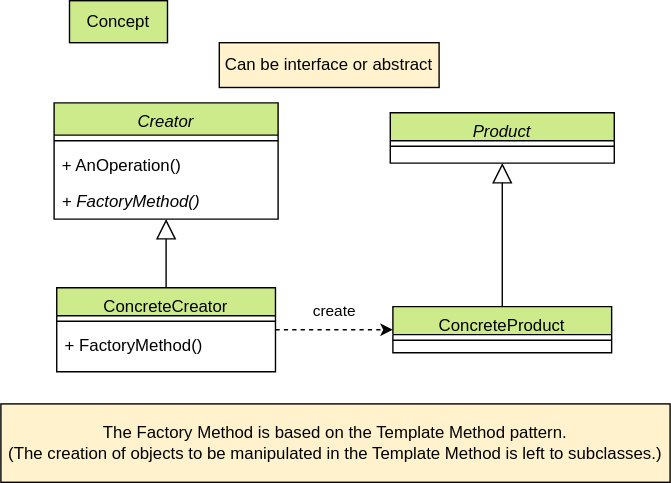
go-to-k/cdk-gof-design-pattern keeps this draw.io diagram as drawio/factory-method/factory-method-concept.drawio.svg. Above is the earlier version. Source tidied: cells renumbered, new cells last; positions are measured from the earlier drawing's top-left corner, leaving out a move shared by most shapes. Source of this version:
```xml
<mxGraphModel background="#ffffff">
  <root>
    <mxCell id="0" />
    <mxCell id="1" parent="0" />
    <mxCell id="2" value="create" style="edgeStyle=none;html=1;strokeColor=#000000;dashed=1;labelBackgroundColor=none;fontColor=#000000;" parent="1" edge="1" source="3" target="13">
      <mxGeometry y="13" relative="1" as="geometry" />
    </mxCell>
    <mxCell id="3" value="ConcreteCreator" style="swimlane;fontStyle=0;align=center;verticalAlign=top;horizontal=1;startSize=20;rounded=0;shadow=0;strokeWidth=1;fillColor=#cdeb8b;strokeColor=#000000;fontColor=#000000;" parent="1" vertex="1">
      <mxGeometry x="39.9" y="205" width="156.2" height="60" as="geometry" />
    </mxCell>
    <mxCell id="4" style="line;html=1;strokeWidth=1;align=left;verticalAlign=middle;spacingTop=-1;spacingLeft=3;spacingRight=3;labelPosition=right;strokeColor=#000000;fontColor=#000000;" parent="3" vertex="1">
      <mxGeometry y="20" width="156.2" height="8" as="geometry" />
    </mxCell>
    <mxCell id="5" value="+ FactoryMethod()" style="text;strokeColor=none;fillColor=none;align=left;verticalAlign=top;spacingLeft=4;spacingRight=4;overflow=hidden;whiteSpace=wrap;html=1;fontColor=#000000;" parent="3" vertex="1">
      <mxGeometry y="28" width="156.2" height="26" as="geometry" />
    </mxCell>
    <mxCell id="6" value="Product" style="swimlane;fontStyle=2;align=center;verticalAlign=top;horizontal=1;startSize=20;rounded=0;shadow=0;strokeWidth=1;fillColor=#cdeb8b;strokeColor=#000000;fontColor=#000000;" parent="1" vertex="1">
      <mxGeometry x="278.1" y="80" width="160" height="36" as="geometry" />
    </mxCell>
    <mxCell id="7" style="line;html=1;strokeWidth=1;align=left;verticalAlign=middle;spacingTop=-1;spacingLeft=3;spacingRight=3;labelPosition=right;strokeColor=#000000;fontColor=#000000;" parent="6" vertex="1">
      <mxGeometry y="20" width="160" height="8" as="geometry" />
    </mxCell>
    <mxCell id="8" value="Creator" style="swimlane;fontStyle=2;align=center;verticalAlign=top;horizontal=1;startSize=23;rounded=0;shadow=0;strokeWidth=1;fillColor=#cdeb8b;strokeColor=#000000;fontColor=#000000;" parent="1" vertex="1">
      <mxGeometry x="38" y="73" width="160" height="83" as="geometry" />
    </mxCell>
    <mxCell id="9" style="line;html=1;strokeWidth=1;align=left;verticalAlign=middle;spacingTop=-1;spacingLeft=3;spacingRight=3;labelPosition=right;strokeColor=#000000;fontColor=#000000;" parent="8" vertex="1">
      <mxGeometry y="23" width="160" height="8" as="geometry" />
    </mxCell>
    <mxCell id="10" value="+ AnOperation()" style="text;strokeColor=none;fillColor=none;align=left;verticalAlign=top;spacingLeft=4;spacingRight=4;overflow=hidden;whiteSpace=wrap;html=1;fontColor=#000000;" parent="8" vertex="1">
      <mxGeometry y="31" width="160" height="26" as="geometry" />
    </mxCell>
    <mxCell id="11" value="&lt;i&gt;+ FactoryMethod()&lt;/i&gt;" style="text;strokeColor=none;fillColor=none;align=left;verticalAlign=top;spacingLeft=4;spacingRight=4;overflow=hidden;whiteSpace=wrap;html=1;fontColor=#000000;" parent="8" vertex="1">
      <mxGeometry y="57" width="160" height="26" as="geometry" />
    </mxCell>
    <mxCell id="12" style="endArrow=block;endFill=0;endSize=12;html=1;rounded=0;exitX=0.5;exitY=0;exitDx=0;exitDy=0;strokeColor=#000000;fontColor=#000000;" parent="1" edge="1" source="3" target="8">
      <mxGeometry relative="1" as="geometry" />
    </mxCell>
    <mxCell id="13" value="ConcreteProduct" style="swimlane;fontStyle=0;align=center;verticalAlign=top;horizontal=1;startSize=20;rounded=0;shadow=0;strokeWidth=1;fillColor=#cdeb8b;strokeColor=#000000;fontColor=#000000;" parent="1" vertex="1">
      <mxGeometry x="280" y="218.5" width="156.2" height="33" as="geometry" />
    </mxCell>
    <mxCell id="14" style="line;html=1;strokeWidth=1;align=left;verticalAlign=middle;spacingTop=-1;spacingLeft=3;spacingRight=3;labelPosition=right;strokeColor=#000000;fontColor=#000000;" parent="13" vertex="1">
      <mxGeometry y="20" width="156.2" height="8" as="geometry" />
    </mxCell>
    <mxCell id="15" style="endArrow=block;endFill=0;endSize=12;html=1;rounded=0;exitX=0.5;exitY=0;exitDx=0;exitDy=0;strokeColor=#000000;fontColor=#000000;" parent="1" edge="1" source="13" target="6">
      <mxGeometry relative="1" as="geometry" />
    </mxCell>
    <mxCell id="16" value="Concept" style="rounded=0;whiteSpace=wrap;html=1;fillColor=#cdeb8b;strokeColor=#000000;fontColor=#000000;" parent="1" vertex="1">
      <mxGeometry x="49" width="70" height="30" as="geometry" />
    </mxCell>
    <mxCell id="17" value="&lt;div&gt;The Factory Method is based on the Template Method pattern.&lt;/div&gt;&lt;div&gt;(The creation of objects to be manipulated in the Template Method is left to subclasses.)&lt;/div&gt;" style="text;html=1;strokeColor=#000000;fillColor=#fff2cc;align=center;verticalAlign=middle;whiteSpace=wrap;rounded=0;fontColor=#000000;" parent="1" vertex="1">
      <mxGeometry y="288" width="478" height="56" as="geometry" />
    </mxCell>
    <mxCell id="18" value="Can be interface or abstract" style="text;html=1;strokeColor=#000000;fillColor=#fff2cc;align=center;verticalAlign=middle;whiteSpace=wrap;rounded=0;fontColor=#000000;" parent="1" vertex="1">
      <mxGeometry x="156" y="30" width="157" height="32" as="geometry" />
    </mxCell>
  </root>
</mxGraphModel>
```
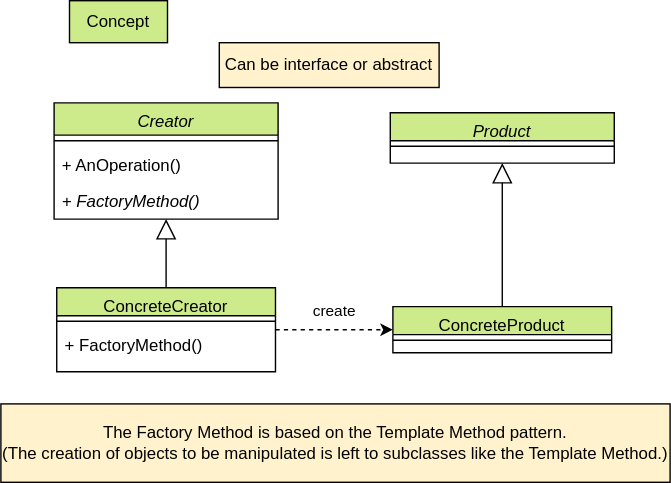
Above is the later version.

Commit message:
update: diagrams for factory method pattern

The edit, as a diff of the source:
```diff
@@ -47,7 +47,7 @@
     <mxCell id="16" value="Concept" style="rounded=0;whiteSpace=wrap;html=1;fillColor=#cdeb8b;strokeColor=#000000;fontColor=#000000;" parent="1" vertex="1">
       <mxGeometry x="49" width="70" height="30" as="geometry" />
     </mxCell>
-    <mxCell id="17" value="&lt;div&gt;The Factory Method is based on the Template Method pattern.&lt;/div&gt;&lt;div&gt;(The creation of objects to be manipulated in the Template Method is left to subclasses.)&lt;/div&gt;" style="text;html=1;strokeColor=#000000;fillColor=#fff2cc;align=center;verticalAlign=middle;whiteSpace=wrap;rounded=0;fontColor=#000000;" parent="1" vertex="1">
+    <mxCell id="17" value="&lt;div&gt;The Factory Method is based on the Template Method pattern.&lt;/div&gt;&lt;div&gt;(The creation of objects to be manipulated is left to subclasses like the Template Method.)&lt;/div&gt;" style="text;html=1;strokeColor=#000000;fillColor=#fff2cc;align=center;verticalAlign=middle;whiteSpace=wrap;rounded=0;fontColor=#000000;" parent="1" vertex="1">
       <mxGeometry y="288" width="478" height="56" as="geometry" />
     </mxCell>
     <mxCell id="18" value="Can be interface or abstract" style="text;html=1;strokeColor=#000000;fillColor=#fff2cc;align=center;verticalAlign=middle;whiteSpace=wrap;rounded=0;fontColor=#000000;" parent="1" vertex="1">
```
